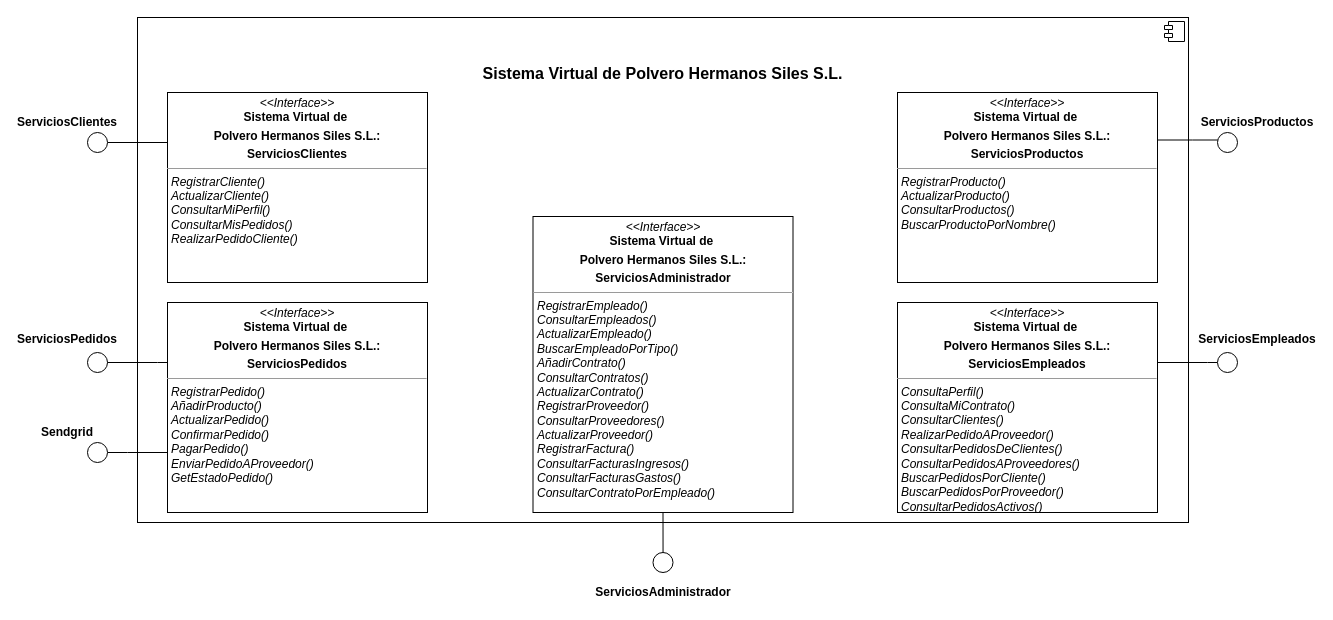
Before: diagramas/diagrama de interfaz de sistema/diagramaInterfazSistema.drawio in felipescalera/Proyecto-IR, a draw.io diagram. Source tidied: cells renumbered, new cells numbered last; positions are measured from the earlier drawing's top-left corner, leaving out a move shared by most shapes. Both pictures are drawn from the tidied source at 100%, with x=0, y=0 at pixel (47, 17).
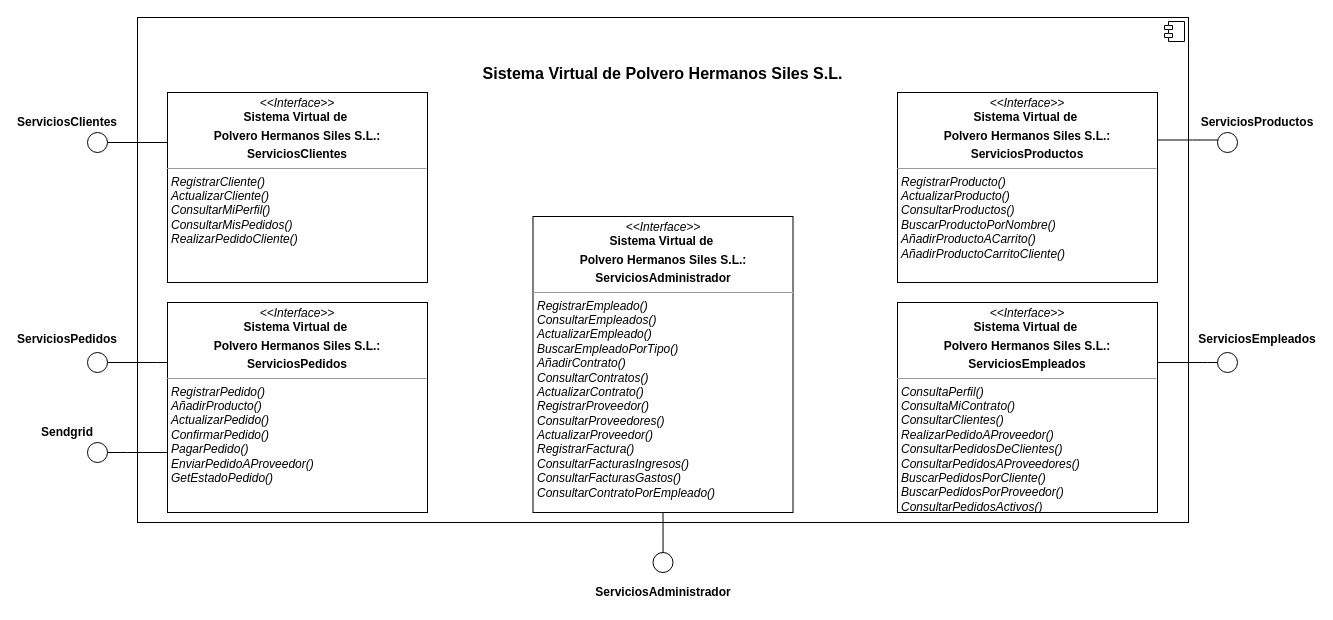
The same diagram, later.

Diff of the diagram source:
```diff
@@
-    <mxCell id="6" value="&lt;p style=&quot;margin: 0px ; margin-top: 4px ; text-align: center&quot;&gt;&lt;i&gt;&amp;lt;&amp;lt;Interface&amp;gt;&amp;gt;&lt;/i&gt;&lt;br&gt;&lt;b&gt;Sistema Virtual de&amp;nbsp;&lt;/b&gt;&lt;br&gt;&lt;/p&gt;&lt;p style=&quot;margin: 0px ; margin-top: 4px ; text-align: center&quot;&gt;&lt;b&gt;Polvero Hermanos Siles S.L.:&lt;/b&gt;&lt;br&gt;&lt;/p&gt;&lt;p style=&quot;margin: 0px ; margin-top: 4px ; text-align: center&quot;&gt;&lt;b&gt;ServiciosProductos&lt;/b&gt;&lt;/p&gt;&lt;hr size=&quot;1&quot;&gt;&lt;p style=&quot;margin: 0px ; margin-left: 4px&quot;&gt;&lt;i&gt;RegistrarProducto()&lt;/i&gt;&lt;/p&gt;&lt;p style=&quot;margin: 0px ; margin-left: 4px&quot;&gt;&lt;i&gt;ActualizarProducto()&lt;/i&gt;&lt;/p&gt;&lt;p style=&quot;margin: 0px ; margin-left: 4px&quot;&gt;&lt;i&gt;ConsultarProductos()&lt;/i&gt;&lt;/p&gt;&lt;p style=&quot;margin: 0px ; margin-left: 4px&quot;&gt;&lt;i&gt;BuscarProductoPorNombre()&lt;/i&gt;&lt;/p&gt;&lt;p style=&quot;margin: 0px ; margin-left: 4px&quot;&gt;&lt;br&gt;&lt;/p&gt;&lt;p style=&quot;margin: 0px ; margin-left: 4px&quot;&gt;&lt;br&gt;&lt;/p&gt;" style="verticalAlign=top;align=left;overflow=fill;fontSize=12;fontFamily=Helvetica;html=1;" parent="1" vertex="1">
+    <mxCell id="6" value="&lt;p style=&quot;margin: 0px ; margin-top: 4px ; text-align: center&quot;&gt;&lt;i&gt;&amp;lt;&amp;lt;Interface&amp;gt;&amp;gt;&lt;/i&gt;&lt;br&gt;&lt;b&gt;Sistema Virtual de&amp;nbsp;&lt;/b&gt;&lt;br&gt;&lt;/p&gt;&lt;p style=&quot;margin: 0px ; margin-top: 4px ; text-align: center&quot;&gt;&lt;b&gt;Polvero Hermanos Siles S.L.:&lt;/b&gt;&lt;br&gt;&lt;/p&gt;&lt;p style=&quot;margin: 0px ; margin-top: 4px ; text-align: center&quot;&gt;&lt;b&gt;ServiciosProductos&lt;/b&gt;&lt;/p&gt;&lt;hr size=&quot;1&quot;&gt;&lt;p style=&quot;margin: 0px ; margin-left: 4px&quot;&gt;&lt;i&gt;RegistrarProducto()&lt;/i&gt;&lt;/p&gt;&lt;p style=&quot;margin: 0px ; margin-left: 4px&quot;&gt;&lt;i&gt;ActualizarProducto()&lt;/i&gt;&lt;/p&gt;&lt;p style=&quot;margin: 0px ; margin-left: 4px&quot;&gt;&lt;i&gt;ConsultarProductos()&lt;/i&gt;&lt;/p&gt;&lt;p style=&quot;margin: 0px ; margin-left: 4px&quot;&gt;&lt;i&gt;BuscarProductoPorNombre()&lt;/i&gt;&lt;/p&gt;&lt;p style=&quot;margin: 0px ; margin-left: 4px&quot;&gt;&lt;i&gt;AñadirProductoACarrito()&lt;/i&gt;&lt;/p&gt;&lt;p style=&quot;margin: 0px ; margin-left: 4px&quot;&gt;&lt;i&gt;AñadirProductoCarritoCliente()&lt;/i&gt;&lt;/p&gt;&lt;p style=&quot;margin: 0px ; margin-left: 4px&quot;&gt;&lt;br&gt;&lt;/p&gt;&lt;p style=&quot;margin: 0px ; margin-left: 4px&quot;&gt;&lt;br&gt;&lt;/p&gt;" style="verticalAlign=top;align=left;overflow=fill;fontSize=12;fontFamily=Helvetica;html=1;" parent="1" vertex="1">
       <mxGeometry x="850" y="75" width="260" height="190" as="geometry" />
     </mxCell>
```
